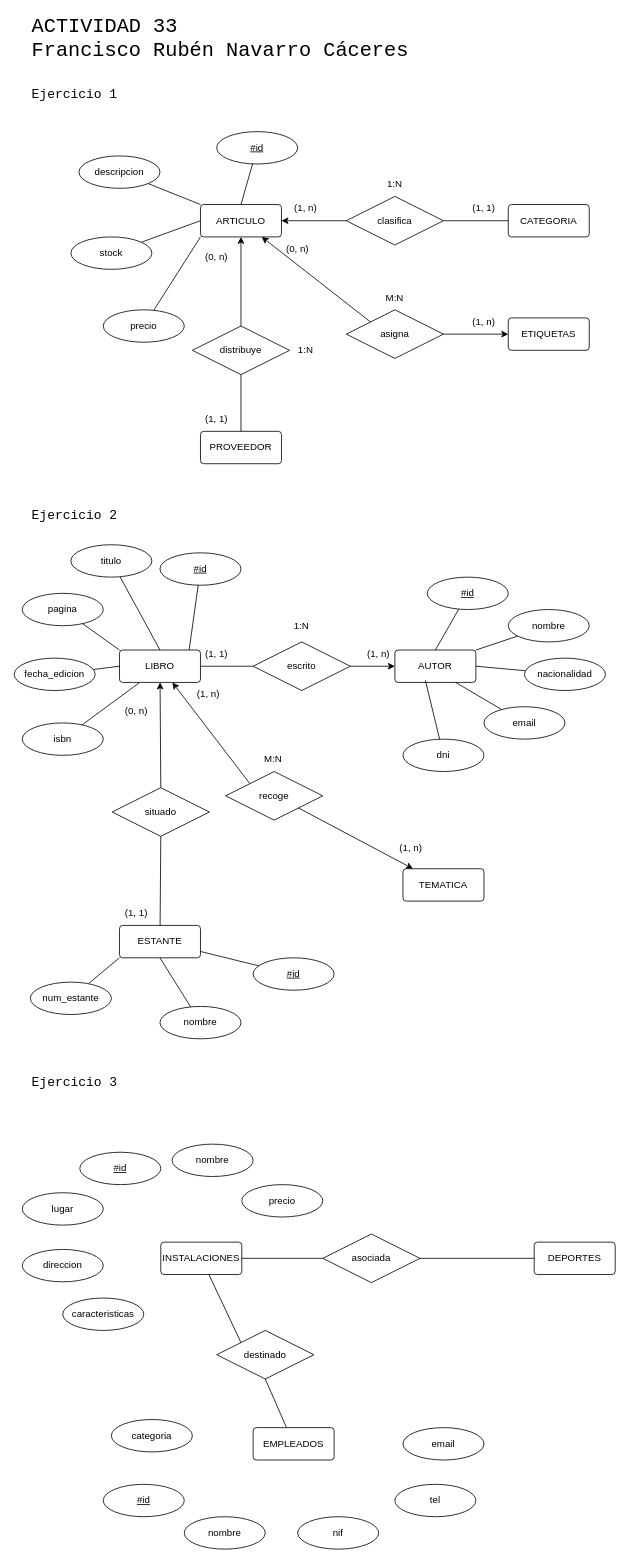
Before: tema-03/04-actividades/actividad_33_sin_terminar.drawio in fnavcac/base-datos-2627, a draw.io diagram. Source tidied: cells renumbered, new cells numbered last; positions are measured from the earlier drawing's top-left corner, leaving out a move shared by most shapes. Both pictures are drawn from the tidied source at 81%, with x=0, y=0 at pixel (14, 26).
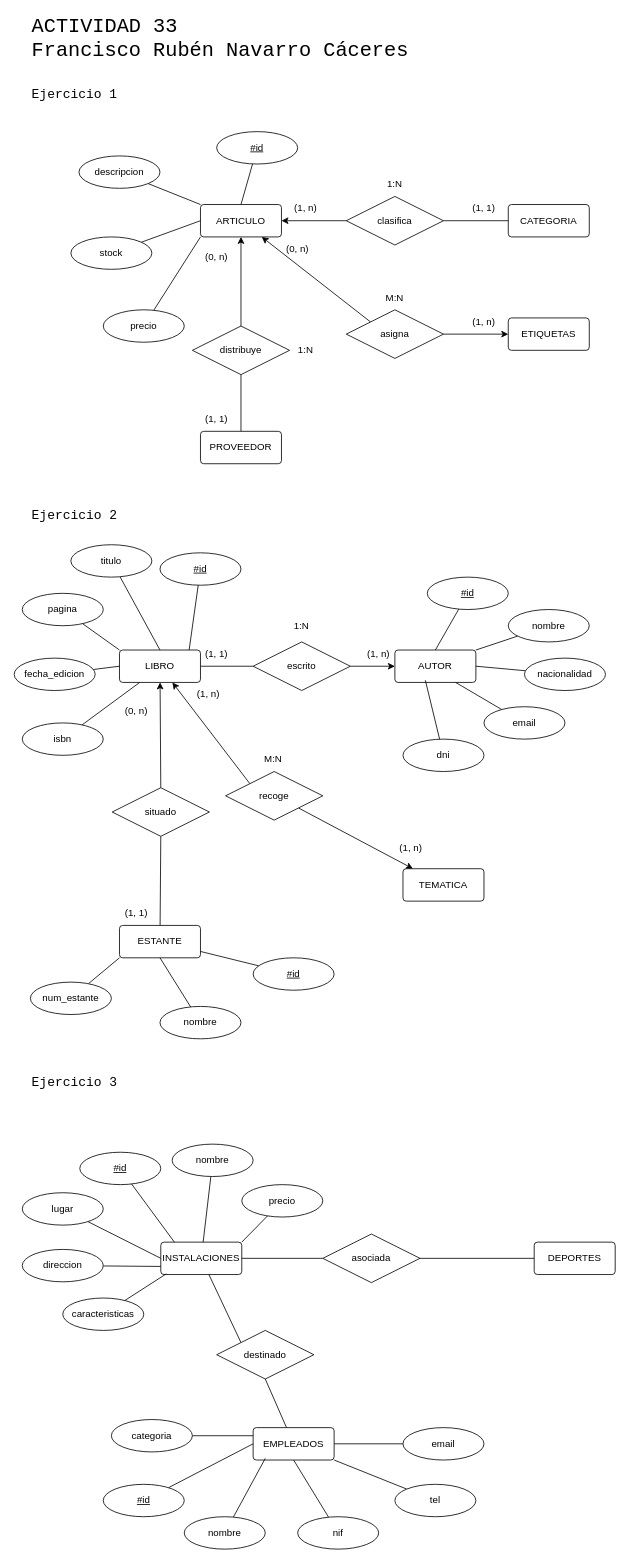
The same page after the edit.

Commit message:
23_actividad_33_actualizada_28_10

Unchanged cells that the change refers to:
```xml
<mxCell id="83" value="INSTALACIONES" style="rounded=1;arcSize=10;whiteSpace=wrap;html=1;align=center;" parent="1" vertex="1">
  <mxGeometry x="181" y="1501" width="100" height="40" as="geometry" />
</mxCell>
<mxCell id="87" value="EMPLEADOS" style="rounded=1;arcSize=10;whiteSpace=wrap;html=1;align=center;" parent="1" vertex="1">
  <mxGeometry x="295" y="1730" width="100" height="40" as="geometry" />
</mxCell>
<mxCell id="88" value="#id" style="ellipse;whiteSpace=wrap;html=1;align=center;fontStyle=4;" parent="1" vertex="1">
  <mxGeometry x="81" y="1390" width="100" height="40" as="geometry" />
</mxCell>
<mxCell id="89" value="nombre" style="ellipse;whiteSpace=wrap;html=1;align=center;" parent="1" vertex="1">
  <mxGeometry x="195" y="1380" width="100" height="40" as="geometry" />
</mxCell>
<mxCell id="90" value="lugar" style="ellipse;whiteSpace=wrap;html=1;align=center;" parent="1" vertex="1">
  <mxGeometry x="10" y="1440" width="100" height="40" as="geometry" />
</mxCell>
<mxCell id="91" value="direccion" style="ellipse;whiteSpace=wrap;html=1;align=center;" parent="1" vertex="1">
  <mxGeometry x="10" y="1510" width="100" height="40" as="geometry" />
</mxCell>
<mxCell id="92" value="caracteristicas" style="ellipse;whiteSpace=wrap;html=1;align=center;" parent="1" vertex="1">
  <mxGeometry x="60" y="1570" width="100" height="40" as="geometry" />
</mxCell>
<mxCell id="93" value="precio" style="ellipse;whiteSpace=wrap;html=1;align=center;" parent="1" vertex="1">
  <mxGeometry x="281" y="1430" width="100" height="40" as="geometry" />
</mxCell>
<mxCell id="94" value="nombre" style="ellipse;whiteSpace=wrap;html=1;align=center;" parent="1" vertex="1">
  <mxGeometry x="210" y="1840" width="100" height="40" as="geometry" />
</mxCell>
<mxCell id="95" value="#id" style="ellipse;whiteSpace=wrap;html=1;align=center;fontStyle=4;" parent="1" vertex="1">
  <mxGeometry x="110" y="1800" width="100" height="40" as="geometry" />
</mxCell>
<mxCell id="96" value="nif" style="ellipse;whiteSpace=wrap;html=1;align=center;" parent="1" vertex="1">
  <mxGeometry x="350" y="1840" width="100" height="40" as="geometry" />
</mxCell>
<mxCell id="97" value="tel" style="ellipse;whiteSpace=wrap;html=1;align=center;" parent="1" vertex="1">
  <mxGeometry x="470" y="1800" width="100" height="40" as="geometry" />
</mxCell>
<mxCell id="98" value="email" style="ellipse;whiteSpace=wrap;html=1;align=center;" parent="1" vertex="1">
  <mxGeometry x="480" y="1730" width="100" height="40" as="geometry" />
</mxCell>
<mxCell id="99" value="categoria" style="ellipse;whiteSpace=wrap;html=1;align=center;" parent="1" vertex="1">
  <mxGeometry x="120" y="1720" width="100" height="40" as="geometry" />
</mxCell>
```

The edit, as a diff of the source:
```diff
@@
+    <mxCell id="104" style="rounded=0;jettySize=auto;html=1;defaultLabelBackgroundColor=page;endArrow=none;endFill=0;" parent="1" edge="1" source="89" target="83">
+      <mxGeometry relative="1" as="geometry" />
+    </mxCell>
@@
+    <mxCell id="105" style="rounded=0;jettySize=auto;html=1;entryX=0;entryY=0.5;entryDx=0;entryDy=0;defaultLabelBackgroundColor=page;endArrow=none;endFill=0;" parent="1" edge="1" source="90" target="83">
+      <mxGeometry x="0.01" relative="1" as="geometry" />
+    </mxCell>
@@
+    <mxCell id="106" style="rounded=0;jettySize=auto;html=1;entryX=0;entryY=0.75;entryDx=0;entryDy=0;defaultLabelBackgroundColor=page;endArrow=none;endFill=0;" parent="1" edge="1" source="91" target="83">
+      <mxGeometry relative="1" as="geometry" />
+    </mxCell>
@@
+    <mxCell id="107" style="rounded=0;jettySize=auto;html=1;entryX=1;entryY=0;entryDx=0;entryDy=0;defaultLabelBackgroundColor=page;endArrow=none;endFill=0;" parent="1" edge="1" source="93" target="83">
+      <mxGeometry relative="1" as="geometry" />
+    </mxCell>
@@
+    <mxCell id="108" style="rounded=0;jettySize=auto;html=1;entryX=0;entryY=0.5;entryDx=0;entryDy=0;defaultLabelBackgroundColor=page;endArrow=none;endFill=0;" parent="1" edge="1" source="95" target="87">
+      <mxGeometry relative="1" as="geometry" />
+    </mxCell>
@@
+    <mxCell id="109" style="rounded=0;jettySize=auto;html=1;entryX=0.5;entryY=1;entryDx=0;entryDy=0;defaultLabelBackgroundColor=page;endArrow=none;endFill=0;" parent="1" edge="1" source="96" target="87">
+      <mxGeometry relative="1" as="geometry" />
+    </mxCell>
@@
+    <mxCell id="110" style="rounded=0;jettySize=auto;html=1;entryX=1;entryY=1;entryDx=0;entryDy=0;defaultLabelBackgroundColor=page;endArrow=none;endFill=0;" parent="1" edge="1" source="97" target="87">
+      <mxGeometry relative="1" as="geometry" />
+    </mxCell>
@@
+    <mxCell id="111" style="rounded=0;jettySize=auto;html=1;entryX=1;entryY=0.5;entryDx=0;entryDy=0;defaultLabelBackgroundColor=page;endArrow=none;endFill=0;" parent="1" edge="1" source="98" target="87">
+      <mxGeometry relative="1" as="geometry" />
+    </mxCell>
@@
+    <mxCell id="112" style="rounded=0;jettySize=auto;html=1;entryX=0;entryY=0.25;entryDx=0;entryDy=0;defaultLabelBackgroundColor=page;endArrow=none;endFill=0;" parent="1" edge="1" source="99" target="87">
+      <mxGeometry relative="1" as="geometry" />
+    </mxCell>
@@
+    <mxCell id="113" style="rounded=0;jettySize=auto;html=1;entryX=0.168;entryY=0;entryDx=0;entryDy=0;entryPerimeter=0;defaultLabelBackgroundColor=page;endArrow=none;endFill=0;" parent="1" edge="1" source="88" target="83">
+      <mxGeometry relative="1" as="geometry" />
+    </mxCell>
+    <mxCell id="114" style="rounded=0;jettySize=auto;html=1;entryX=0.068;entryY=0.979;entryDx=0;entryDy=0;entryPerimeter=0;defaultLabelBackgroundColor=page;endArrow=none;endFill=0;" parent="1" edge="1" source="92" target="83">
+      <mxGeometry relative="1" as="geometry" />
+    </mxCell>
+    <mxCell id="115" style="rounded=0;jettySize=auto;html=1;entryX=0.15;entryY=0.95;entryDx=0;entryDy=0;entryPerimeter=0;defaultLabelBackgroundColor=page;endArrow=none;endFill=0;" parent="1" edge="1" source="94" target="87">
+      <mxGeometry relative="1" as="geometry" />
+    </mxCell>
```
